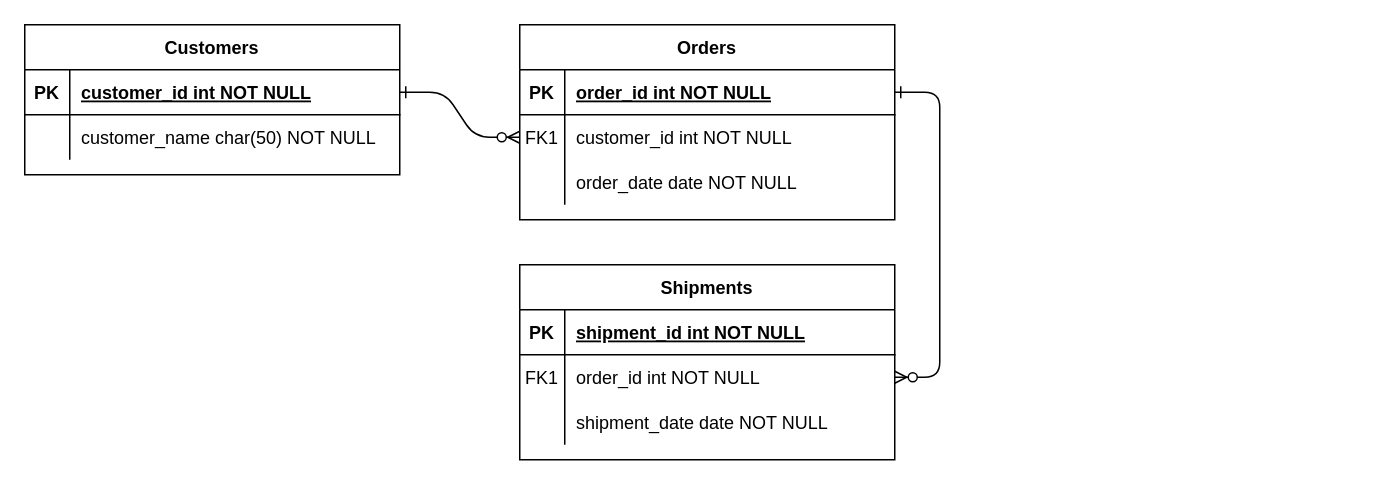
Before: page "Q1" (1 of 2) of Untitled Diagram.drawio in robeeds/is380-drawio, a draw.io diagram. Source tidied: cells renumbered, new cells numbered last; positions are measured from the earlier drawing's top-left corner, leaving out a move shared by most shapes. Both pictures are drawn from the tidied source at 150%, with x=0, y=0 at pixel (24, 24).
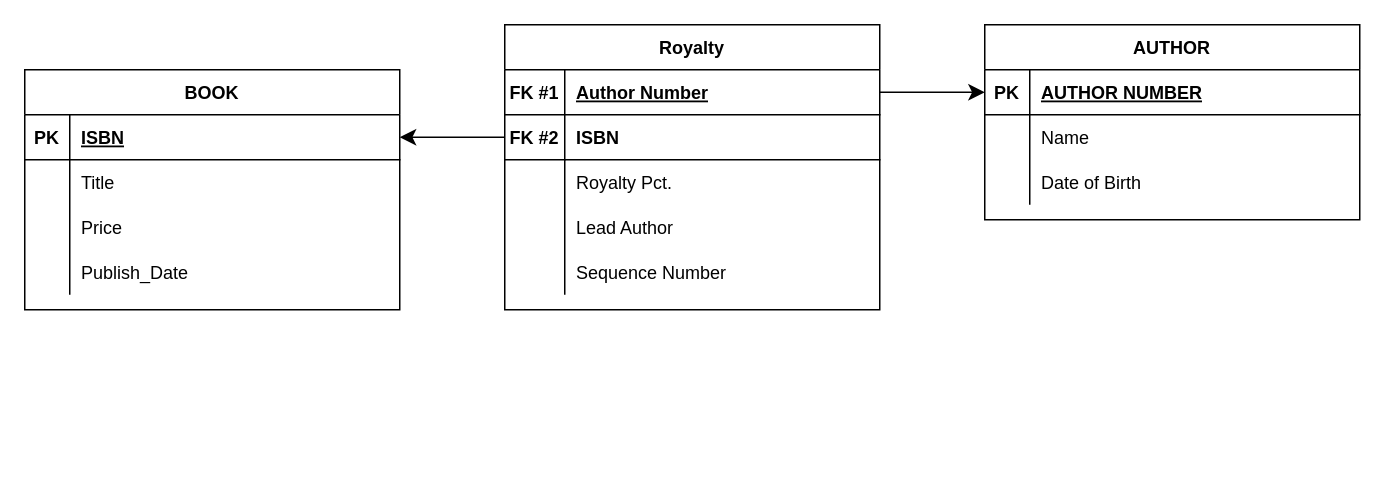
After the change.

Unchanged cells that the change refers to:
```xml
<mxCell id="5" style="shape=partialRectangle;fillColor=none;points=[[0,0.5],[1,0.5]];portConstraint=eastwest;top=0;left=0;right=0;bottom=1;" parent="4" vertex="1">
  <mxGeometry y="30" width="250" height="30" as="geometry" />
</mxCell>
<mxCell id="8" style="shape=partialRectangle;fillColor=none;points=[[0,0.5],[1,0.5]];portConstraint=eastwest;top=0;left=0;right=0;bottom=0;" parent="4" vertex="1">
  <mxGeometry y="60" width="250" height="30" as="geometry" />
</mxCell>
<mxCell id="11" style="shape=partialRectangle;fillColor=none;top=0;left=0;right=0;bottom=0;" parent="4" vertex="1">
  <mxGeometry y="90" width="250" height="30" as="geometry" />
</mxCell>
<mxCell id="25" style="shape=partialRectangle;fillColor=none;points=[[0,0.5],[1,0.5]];portConstraint=eastwest;top=0;left=0;right=0;bottom=1;" parent="24" vertex="1">
  <mxGeometry y="30" width="250" height="30" as="geometry" />
</mxCell>
<mxCell id="28" style="shape=partialRectangle;fillColor=none;top=0;left=0;right=0;bottom=0;" parent="24" vertex="1">
  <mxGeometry y="60" width="250" height="30" as="geometry" />
</mxCell>
```

Diff of the diagram source:
```diff
@@
-    <mxCell id="2" style="edgeStyle=entityRelationEdgeStyle;endArrow=ERzeroToMany;startArrow=ERone;endFill=1;startFill=0;" parent="1" edge="1" source="25" target="8">
-      <mxGeometry relative="1" as="geometry" />
-    </mxCell>
-    <mxCell id="3" style="edgeStyle=entityRelationEdgeStyle;endArrow=ERzeroToMany;startArrow=ERone;endFill=1;startFill=0;" parent="1" edge="1" source="5" target="18">
-      <mxGeometry relative="1" as="geometry" />
-    </mxCell>
-    <mxCell id="4" value="Orders" style="shape=table;startSize=30;childLayout=tableLayout;rowLines=0;fontStyle=1;align=center;" parent="1" vertex="1">
-      <mxGeometry x="330" width="250" height="130" as="geometry" />
+    <mxCell id="4" value="AUTHOR" style="shape=table;startSize=30;childLayout=tableLayout;rowLines=0;fontStyle=1;align=center;" parent="1" vertex="1">
+      <mxGeometry x="640" width="250" height="130" as="geometry" />
     </mxCell>
@@
-    <mxCell id="7" value="order_id int NOT NULL " style="shape=partialRectangle;overflow=hidden;fillColor=none;top=0;left=0;bottom=0;right=0;align=left;spacingLeft=6;fontStyle=5;" parent="5" vertex="1">
+    <mxCell id="7" value="AUTHOR NUMBER" style="shape=partialRectangle;overflow=hidden;fillColor=none;top=0;left=0;bottom=0;right=0;align=left;spacingLeft=6;fontStyle=5;" parent="5" vertex="1">
       <mxGeometry x="30" width="220" height="30" as="geometry" />
     </mxCell>
@@
-    <mxCell id="9" value="FK1" style="shape=partialRectangle;overflow=hidden;fillColor=none;top=0;left=0;bottom=0;right=0;" parent="8" vertex="1">
+    <mxCell id="9" style="shape=partialRectangle;overflow=hidden;fillColor=none;top=0;left=0;bottom=0;right=0;" parent="8" vertex="1">
       <mxGeometry width="30" height="30" as="geometry" />
     </mxCell>
-    <mxCell id="10" value="customer_id int NOT NULL" style="shape=partialRectangle;overflow=hidden;fillColor=none;top=0;left=0;bottom=0;right=0;align=left;spacingLeft=6;" parent="8" vertex="1">
+    <mxCell id="10" value="Name" style="shape=partialRectangle;overflow=hidden;fillColor=none;top=0;left=0;bottom=0;right=0;align=left;spacingLeft=6;" parent="8" vertex="1">
       <mxGeometry x="30" width="220" height="30" as="geometry" />
     </mxCell>
@@
-    <mxCell id="13" value="order_date date NOT NULL" style="shape=partialRectangle;overflow=hidden;fillColor=none;top=0;left=0;bottom=0;right=0;align=left;spacingLeft=6;" parent="11" vertex="1">
+    <mxCell id="13" value="Date of Birth" style="shape=partialRectangle;overflow=hidden;fillColor=none;top=0;left=0;bottom=0;right=0;align=left;spacingLeft=6;" parent="11" vertex="1">
       <mxGeometry x="30" width="220" height="30" as="geometry" />
     </mxCell>
-    <mxCell id="14" value="Shipments" style="shape=table;startSize=30;childLayout=tableLayout;rowLines=0;fontStyle=1;align=center;" parent="1" vertex="1">
-      <mxGeometry x="330" y="160" width="250" height="130" as="geometry" />
-    </mxCell>
-    <mxCell id="15" style="shape=partialRectangle;fillColor=none;points=[[0,0.5],[1,0.5]];portConstraint=eastwest;top=0;left=0;right=0;bottom=1;" parent="14" vertex="1">
-      <mxGeometry y="30" width="250" height="30" as="geometry" />
-    </mxCell>
-    <mxCell id="16" value="PK" style="shape=partialRectangle;overflow=hidden;fillColor=none;top=0;left=0;bottom=0;right=0;fontStyle=1;" parent="15" vertex="1">
-      <mxGeometry width="30" height="30" as="geometry" />
-    </mxCell>
-    <mxCell id="17" value="shipment_id int NOT NULL " style="shape=partialRectangle;overflow=hidden;fillColor=none;top=0;left=0;bottom=0;right=0;align=left;spacingLeft=6;fontStyle=5;" parent="15" vertex="1">
-      <mxGeometry x="30" width="220" height="30" as="geometry" />
-    </mxCell>
-    <mxCell id="18" style="shape=partialRectangle;fillColor=none;points=[[0,0.5],[1,0.5]];portConstraint=eastwest;top=0;left=0;right=0;bottom=0;" parent="14" vertex="1">
-      <mxGeometry y="60" width="250" height="30" as="geometry" />
-    </mxCell>
-    <mxCell id="19" value="FK1" style="shape=partialRectangle;overflow=hidden;fillColor=none;top=0;left=0;bottom=0;right=0;" parent="18" vertex="1">
-      <mxGeometry width="30" height="30" as="geometry" />
-    </mxCell>
-    <mxCell id="20" value="order_id int NOT NULL" style="shape=partialRectangle;overflow=hidden;fillColor=none;top=0;left=0;bottom=0;right=0;align=left;spacingLeft=6;" parent="18" vertex="1">
-      <mxGeometry x="30" width="220" height="30" as="geometry" />
-    </mxCell>
-    <mxCell id="21" style="shape=partialRectangle;fillColor=none;top=0;left=0;right=0;bottom=0;" parent="14" vertex="1">
-      <mxGeometry y="90" width="250" height="30" as="geometry" />
-    </mxCell>
-    <mxCell id="22" style="shape=partialRectangle;overflow=hidden;fillColor=none;top=0;left=0;bottom=0;right=0;" parent="21" vertex="1">
-      <mxGeometry width="30" height="30" as="geometry" />
-    </mxCell>
-    <mxCell id="23" value="shipment_date date NOT NULL" style="shape=partialRectangle;overflow=hidden;fillColor=none;top=0;left=0;bottom=0;right=0;align=left;spacingLeft=6;" parent="21" vertex="1">
-      <mxGeometry x="30" width="220" height="30" as="geometry" />
-    </mxCell>
-    <mxCell id="24" value="Customers" style="shape=table;startSize=30;childLayout=tableLayout;rowLines=0;fontStyle=1;align=center;" parent="1" vertex="1">
-      <mxGeometry width="250" height="100" as="geometry" />
+    <mxCell id="24" value="BOOK" style="shape=table;startSize=30;childLayout=tableLayout;rowLines=0;fontStyle=1;align=center;" parent="1" vertex="1">
+      <mxGeometry y="30" width="250" height="160" as="geometry" />
     </mxCell>
@@
-    <mxCell id="27" value="customer_id int NOT NULL " style="shape=partialRectangle;overflow=hidden;fillColor=none;top=0;left=0;bottom=0;right=0;align=left;spacingLeft=6;fontStyle=5;" parent="25" vertex="1">
+    <mxCell id="27" value="ISBN" style="shape=partialRectangle;overflow=hidden;fillColor=none;top=0;left=0;bottom=0;right=0;align=left;spacingLeft=6;fontStyle=5;" parent="25" vertex="1">
       <mxGeometry x="30" width="220" height="30" as="geometry" />
     </mxCell>
@@
-    <mxCell id="30" value="customer_name char(50) NOT NULL" style="shape=partialRectangle;overflow=hidden;fillColor=none;top=0;left=0;bottom=0;right=0;align=left;spacingLeft=6;" parent="28" vertex="1">
+    <mxCell id="30" value="Title " style="shape=partialRectangle;overflow=hidden;fillColor=none;top=0;left=0;bottom=0;right=0;align=left;spacingLeft=6;" parent="28" vertex="1">
       <mxGeometry x="30" width="220" height="30" as="geometry" />
     </mxCell>
+    <mxCell id="31" style="shape=partialRectangle;fillColor=none;top=0;left=0;right=0;bottom=0;" parent="24" vertex="1">
+      <mxGeometry y="90" width="250" height="30" as="geometry" />
+    </mxCell>
+    <mxCell id="22" style="shape=partialRectangle;overflow=hidden;fillColor=none;top=0;left=0;bottom=0;right=0;" parent="31" vertex="1">
+      <mxGeometry width="30" height="30" as="geometry" />
+    </mxCell>
+    <mxCell id="32" value="Price" style="shape=partialRectangle;overflow=hidden;fillColor=none;top=0;left=0;bottom=0;right=0;align=left;spacingLeft=6;" parent="31" vertex="1">
+      <mxGeometry x="30" width="220" height="30" as="geometry" />
+    </mxCell>
+    <mxCell id="33" style="shape=partialRectangle;fillColor=none;top=0;left=0;right=0;bottom=0;" parent="24" vertex="1">
+      <mxGeometry y="120" width="250" height="30" as="geometry" />
+    </mxCell>
+    <mxCell id="34" value="    " style="shape=partialRectangle;overflow=hidden;fillColor=none;top=0;left=0;bottom=0;right=0;" parent="33" vertex="1">
+      <mxGeometry width="30" height="30" as="geometry" />
+    </mxCell>
+    <mxCell id="35" value="Publish_Date" style="shape=partialRectangle;overflow=hidden;fillColor=none;top=0;left=0;bottom=0;right=0;align=left;spacingLeft=6;" parent="33" vertex="1">
+      <mxGeometry x="30" width="220" height="30" as="geometry" />
+    </mxCell>
+    <mxCell id="36" style="edgeStyle=none;curved=1;rounded=0;jettySize=auto;html=1;fontSize=12;startSize=8;endSize=8;" parent="1" edge="1" source="18" target="25">
+      <mxGeometry relative="1" as="geometry" />
+    </mxCell>
+    <mxCell id="37" style="edgeStyle=none;curved=1;rounded=0;jettySize=auto;html=1;fontSize=12;startSize=8;endSize=8;" parent="1" edge="1" source="15" target="5">
+      <mxGeometry relative="1" as="geometry" />
+    </mxCell>
+    <mxCell id="38" value="Royalty" style="shape=table;startSize=30;childLayout=tableLayout;rowLines=0;fontStyle=1;align=center;" parent="1" vertex="1">
+      <mxGeometry x="320" width="250" height="190" as="geometry" />
+    </mxCell>
+    <mxCell id="15" style="shape=partialRectangle;fillColor=none;points=[[0,0.5],[1,0.5]];portConstraint=eastwest;top=0;left=0;right=0;bottom=1;" parent="38" vertex="1">
+      <mxGeometry y="30" width="250" height="30" as="geometry" />
+    </mxCell>
+    <mxCell id="39" value="FK #1" style="shape=partialRectangle;overflow=hidden;fillColor=none;top=0;left=0;bottom=0;right=0;fontStyle=1;" parent="15" vertex="1">
+      <mxGeometry width="40" height="30" as="geometry" />
+    </mxCell>
+    <mxCell id="40" value="Author Number" style="shape=partialRectangle;overflow=hidden;fillColor=none;top=0;left=0;bottom=0;right=0;align=left;spacingLeft=6;fontStyle=5;" parent="15" vertex="1">
+      <mxGeometry x="40" width="210" height="30" as="geometry" />
+    </mxCell>
+    <mxCell id="18" style="shape=partialRectangle;fillColor=none;points=[[0,0.5],[1,0.5]];portConstraint=eastwest;top=0;left=0;right=0;bottom=0;" parent="38" vertex="1">
+      <mxGeometry y="60" width="250" height="30" as="geometry" />
+    </mxCell>
+    <mxCell id="41" value="FK #2" style="shape=partialRectangle;overflow=hidden;fillColor=none;top=0;left=0;bottom=1;right=0;fontStyle=1;" parent="18" vertex="1">
+      <mxGeometry width="40" height="30" as="geometry" />
+    </mxCell>
+    <mxCell id="42" value="ISBN" style="shape=partialRectangle;overflow=hidden;fillColor=none;top=0;left=0;bottom=1;right=0;align=left;spacingLeft=6;fontStyle=1;" parent="18" vertex="1">
+      <mxGeometry x="40" width="210" height="30" as="geometry" />
+    </mxCell>
+    <mxCell id="43" style="shape=partialRectangle;fillColor=none;top=0;left=0;right=0;bottom=0;" parent="38" vertex="1">
+      <mxGeometry y="90" width="250" height="30" as="geometry" />
+    </mxCell>
+    <mxCell id="44" style="shape=partialRectangle;overflow=hidden;fillColor=none;top=0;left=0;bottom=0;right=0;" parent="43" vertex="1">
+      <mxGeometry width="40" height="30" as="geometry" />
+    </mxCell>
+    <mxCell id="45" value="Royalty Pct." style="shape=partialRectangle;overflow=hidden;fillColor=none;top=0;left=0;bottom=0;right=0;align=left;spacingLeft=6;" parent="43" vertex="1">
+      <mxGeometry x="40" width="210" height="30" as="geometry" />
+    </mxCell>
+    <mxCell id="46" style="shape=partialRectangle;fillColor=none;top=0;left=0;right=0;bottom=0;" parent="38" vertex="1">
+      <mxGeometry y="120" width="250" height="30" as="geometry" />
+    </mxCell>
+    <mxCell id="47" style="shape=partialRectangle;overflow=hidden;fillColor=none;top=0;left=0;bottom=0;right=0;" parent="46" vertex="1">
+      <mxGeometry width="40" height="30" as="geometry" />
+    </mxCell>
+    <mxCell id="48" value="Lead Author" style="shape=partialRectangle;overflow=hidden;fillColor=none;top=0;left=0;bottom=0;right=0;align=left;spacingLeft=6;" parent="46" vertex="1">
+      <mxGeometry x="40" width="210" height="30" as="geometry" />
+    </mxCell>
+    <mxCell id="49" style="shape=partialRectangle;fillColor=none;top=0;left=0;right=0;bottom=0;" parent="38" vertex="1">
+      <mxGeometry y="150" width="250" height="30" as="geometry" />
+    </mxCell>
+    <mxCell id="50" style="shape=partialRectangle;overflow=hidden;fillColor=none;top=0;left=0;bottom=0;right=0;" parent="49" vertex="1">
+      <mxGeometry width="40" height="30" as="geometry" />
+    </mxCell>
+    <mxCell id="51" value="Sequence Number" style="shape=partialRectangle;overflow=hidden;fillColor=none;top=0;left=0;bottom=0;right=0;align=left;spacingLeft=6;" parent="49" vertex="1">
+      <mxGeometry x="40" width="210" height="30" as="geometry" />
+    </mxCell>
```
